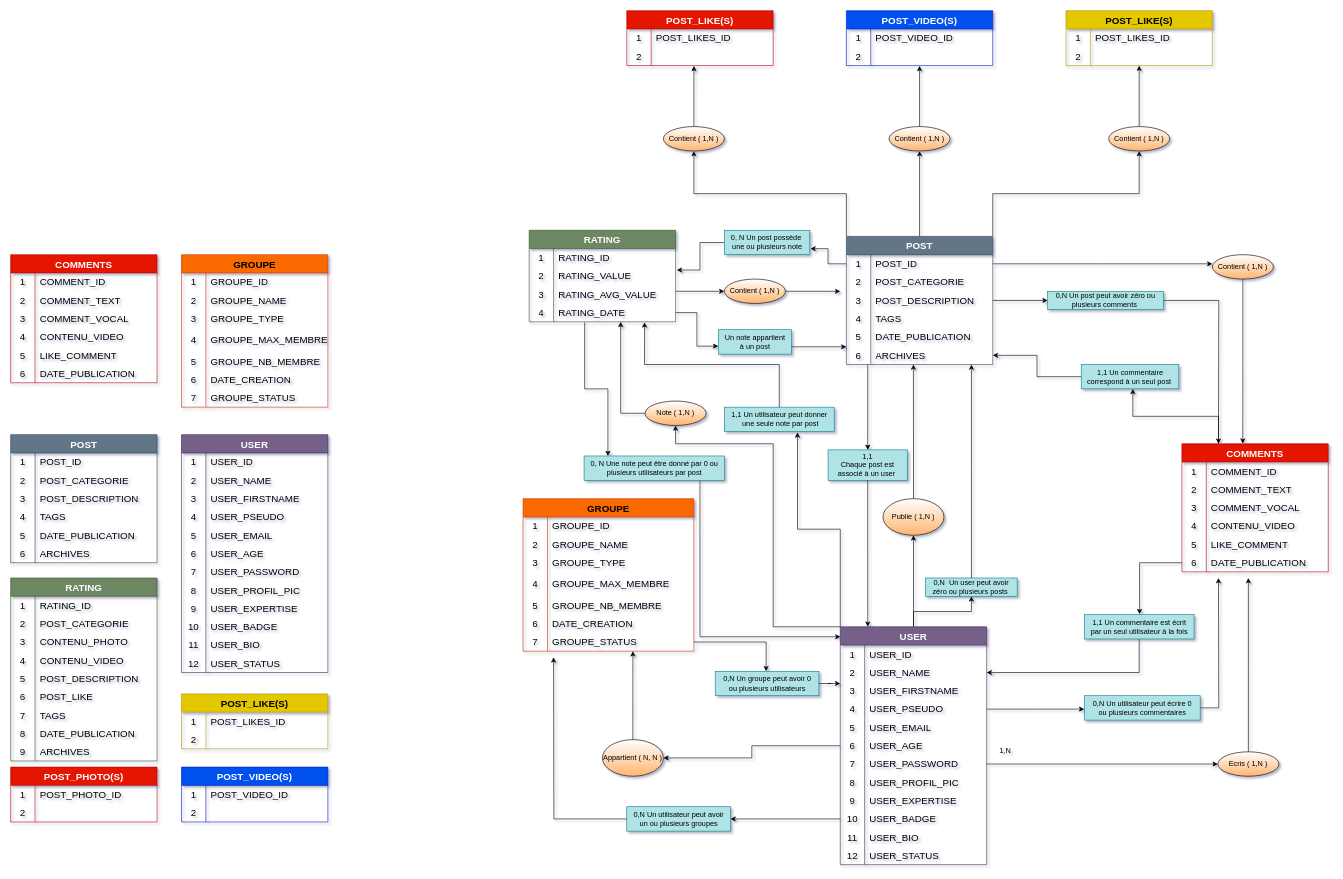
Above: programming/node/sneakersLab/Projet _SneakersLab_.drawio in Frantz-tech/current-training (draw.io), before the change. Source tidied: cells renumbered, new cells numbered last; positions are measured from the earlier drawing's top-left corner, leaving out a move shared by most shapes. Both pictures are drawn from the tidied source at 61%, with x=0, y=0 at pixel (10, 10).
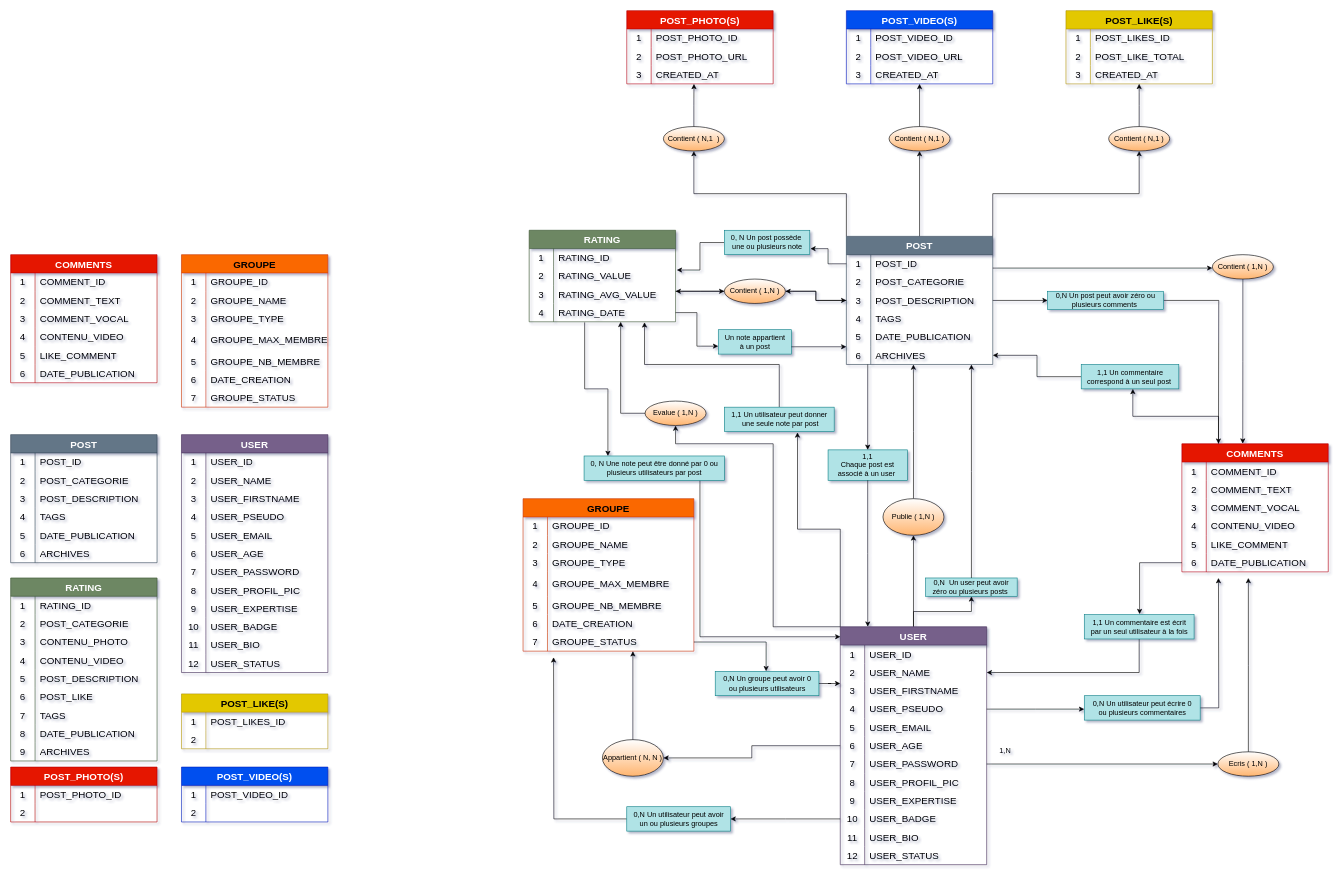
After the change.

Commit message (it also covers changes not shown here):
Mettre à jour Projet _SneakersLab_.drawio

Unchanged cells that the change refers to:
```xml
<mxCell id="125" style="shape=tableRow;horizontal=0;startSize=0;swimlaneHead=0;swimlaneBody=0;top=0;left=0;bottom=0;right=0;fillColor=none;points=[[0,0.5],[1,0.5]];portConstraint=eastwest;fontSize=16;labelBackgroundColor=none;" parent="124" vertex="1">
  <mxGeometry y="30" width="240" height="30" as="geometry" />
</mxCell>
<mxCell id="131" style="shape=tableRow;horizontal=0;startSize=0;swimlaneHead=0;swimlaneBody=0;top=0;left=0;bottom=0;right=0;fillColor=none;points=[[0,0.5],[1,0.5]];portConstraint=eastwest;fontSize=16;labelBackgroundColor=none;" parent="124" vertex="1">
  <mxGeometry y="90" width="240" height="30" as="geometry" />
</mxCell>
<mxCell id="259" value="Contient ( 1,N )" style="ellipse;whiteSpace=wrap;html=1;align=center;labelBackgroundColor=none;gradientColor=#FFB570;" parent="1" vertex="1">
  <mxGeometry x="1170" y="440" width="100" height="40" as="geometry" />
</mxCell>
<mxCell id="296" style="shape=tableRow;horizontal=0;startSize=0;swimlaneHead=0;swimlaneBody=0;top=0;left=0;bottom=0;right=0;fillColor=none;fontSize=16;labelBackgroundColor=none;" parent="295" vertex="1">
  <mxGeometry y="30" width="240" height="30" as="geometry" />
</mxCell>
<mxCell id="299" style="shape=tableRow;horizontal=0;startSize=0;swimlaneHead=0;swimlaneBody=0;top=0;left=0;bottom=0;right=0;fillColor=none;points=[[0,0.5],[1,0.5]];portConstraint=eastwest;fontSize=16;labelBackgroundColor=none;" parent="295" vertex="1">
  <mxGeometry y="60" width="240" height="30" as="geometry" />
</mxCell>
<mxCell id="306" style="shape=tableRow;horizontal=0;startSize=0;swimlaneHead=0;swimlaneBody=0;top=0;left=0;bottom=0;right=0;fillColor=none;points=[[0,0.5],[1,0.5]];portConstraint=eastwest;fontSize=16;labelBackgroundColor=none;" parent="302" vertex="1">
  <mxGeometry y="60" width="240" height="30" as="geometry" />
</mxCell>
<mxCell id="313" style="shape=tableRow;horizontal=0;startSize=0;swimlaneHead=0;swimlaneBody=0;top=0;left=0;bottom=0;right=0;fillColor=none;points=[[0,0.5],[1,0.5]];portConstraint=eastwest;fontSize=16;labelBackgroundColor=none;" parent="309" vertex="1">
  <mxGeometry y="60" width="240" height="30" as="geometry" />
</mxCell>
```

What changed in the source:
```diff
@@
-    <mxCell id="244" style="edgeStyle=orthogonalEdgeStyle;rounded=0;jettySize=auto;html=1;labelBackgroundColor=none;fontColor=default;" parent="1" edge="1" source="125">
+    <mxCell id="244" style="edgeStyle=orthogonalEdgeStyle;rounded=0;orthogonalLoop=1;jettySize=auto;html=1;labelBackgroundColor=none;fontColor=default;" parent="1" edge="1">
       <mxGeometry relative="1" as="geometry">
-        <mxPoint x="1970" y="415" as="targetPoint" />
+        <mxPoint x="1610" y="422" as="sourcePoint" />
+        <mxPoint x="1970" y="422" as="targetPoint" />
       </mxGeometry>
     </mxCell>
@@
-    <mxCell id="258" style="edgeStyle=orthogonalEdgeStyle;rounded=0;jettySize=auto;html=1;exitX=1;exitY=0.5;exitDx=0;exitDy=0;" parent="1" edge="1" source="259">
-      <mxGeometry relative="1" as="geometry">
-        <mxPoint x="1360" y="460.1" as="targetPoint" />
-      </mxGeometry>
-    </mxCell>
+    <mxCell id="343" style="edgeStyle=orthogonalEdgeStyle;rounded=0;jettySize=auto;html=1;" parent="1" edge="1" source="259">
+      <mxGeometry relative="1" as="geometry">
+        <mxPoint x="1090" y="460" as="targetPoint" />
+      </mxGeometry>
+    </mxCell>
+    <mxCell id="344" style="edgeStyle=orthogonalEdgeStyle;rounded=0;jettySize=auto;html=1;exitX=1;exitY=0.5;exitDx=0;exitDy=0;entryX=0;entryY=0.5;entryDx=0;entryDy=0;" parent="1" edge="1" source="259" target="131">
+      <mxGeometry relative="1" as="geometry" />
+    </mxCell>
@@
-    <mxCell id="271" value="Note ( 1,N )" style="ellipse;whiteSpace=wrap;html=1;align=center;labelBackgroundColor=none;gradientColor=#FFB570;" parent="1" vertex="1">
+    <mxCell id="271" value="Evalue ( 1,N )" style="ellipse;whiteSpace=wrap;html=1;align=center;labelBackgroundColor=none;gradientColor=#FFB570;" parent="1" vertex="1">
       <mxGeometry x="1040" y="640" width="100" height="40" as="geometry" />
     </mxCell>
@@
-    <mxCell id="295" value="POST_LIKE(S)" style="shape=table;startSize=30;childLayout=tableLayout;rowLines=0;fontStyle=1;fontSize=16;labelBackgroundColor=none;fillColor=#e51400;fontColor=#ffffff;strokeColor=#B20000;" parent="1" vertex="1">
-      <mxGeometry x="1010" width="240" height="90" as="geometry" />
+    <mxCell id="295" value="POST_PHOTO(S)" style="shape=table;startSize=30;childLayout=tableLayout;rowLines=0;fontStyle=1;fontSize=16;labelBackgroundColor=none;fillColor=#e51400;fontColor=#ffffff;strokeColor=#B20000;" parent="1" vertex="1">
+      <mxGeometry x="1010" width="240" height="120" as="geometry" />
     </mxCell>
@@
-    <mxCell id="298" value="POST_LIKES_ID" style="shape=partialRectangle;html=1;whiteSpace=wrap;fillColor=none;top=0;left=0;bottom=0;right=0;align=left;spacingLeft=6;overflow=hidden;fontSize=16;labelBackgroundColor=none;" parent="296" vertex="1">
+    <mxCell id="298" value="POST_PHOTO_ID" style="shape=partialRectangle;html=1;whiteSpace=wrap;fillColor=none;top=0;left=0;bottom=0;right=0;align=left;spacingLeft=6;overflow=hidden;fontSize=16;labelBackgroundColor=none;" parent="296" vertex="1">
       <mxGeometry x="40" width="200" height="30" as="geometry" />
     </mxCell>
@@
-    <mxCell id="301" style="shape=partialRectangle;html=1;whiteSpace=wrap;fillColor=none;top=0;left=0;bottom=0;right=0;align=left;spacingLeft=6;overflow=hidden;fontSize=16;labelBackgroundColor=none;" parent="299" vertex="1">
+    <mxCell id="301" value="POST_PHOTO_URL" style="shape=partialRectangle;html=1;whiteSpace=wrap;fillColor=none;top=0;left=0;bottom=0;right=0;align=left;spacingLeft=6;overflow=hidden;fontSize=16;labelBackgroundColor=none;" parent="299" vertex="1">
       <mxGeometry x="40" width="200" height="30" as="geometry" />
     </mxCell>
+    <mxCell id="345" style="shape=tableRow;horizontal=0;startSize=0;swimlaneHead=0;swimlaneBody=0;top=0;left=0;bottom=0;right=0;fillColor=none;points=[[0,0.5],[1,0.5]];portConstraint=eastwest;fontSize=16;labelBackgroundColor=none;" parent="295" vertex="1">
+      <mxGeometry y="90" width="240" height="30" as="geometry" />
+    </mxCell>
+    <mxCell id="346" value="3" style="shape=partialRectangle;html=1;whiteSpace=wrap;fillColor=none;top=0;left=0;bottom=0;right=0;overflow=hidden;fontSize=16;labelBackgroundColor=none;" parent="345" vertex="1">
+      <mxGeometry width="40" height="30" as="geometry" />
+    </mxCell>
+    <mxCell id="347" value="CREATED_AT" style="shape=partialRectangle;html=1;whiteSpace=wrap;fillColor=none;top=0;left=0;bottom=0;right=0;align=left;spacingLeft=6;overflow=hidden;fontSize=16;labelBackgroundColor=none;" parent="345" vertex="1">
+      <mxGeometry x="40" width="200" height="30" as="geometry" />
+    </mxCell>
     <mxCell id="302" value="POST_VIDEO(S)" style="shape=table;startSize=30;childLayout=tableLayout;rowLines=0;fontStyle=1;fontSize=16;labelBackgroundColor=none;fillColor=#0050ef;fontColor=#ffffff;strokeColor=#001DBC;" parent="1" vertex="1">
-      <mxGeometry x="1370" width="240" height="90" as="geometry" />
+      <mxGeometry x="1370" width="240" height="120" as="geometry" />
     </mxCell>
@@
-    <mxCell id="308" style="shape=partialRectangle;html=1;whiteSpace=wrap;fillColor=none;top=0;left=0;bottom=0;right=0;align=left;spacingLeft=6;overflow=hidden;fontSize=16;labelBackgroundColor=none;" parent="306" vertex="1">
+    <mxCell id="308" value="POST_VIDEO_URL" style="shape=partialRectangle;html=1;whiteSpace=wrap;fillColor=none;top=0;left=0;bottom=0;right=0;align=left;spacingLeft=6;overflow=hidden;fontSize=16;labelBackgroundColor=none;" parent="306" vertex="1">
       <mxGeometry x="40" width="200" height="30" as="geometry" />
     </mxCell>
+    <mxCell id="348" style="shape=tableRow;horizontal=0;startSize=0;swimlaneHead=0;swimlaneBody=0;top=0;left=0;bottom=0;right=0;fillColor=none;points=[[0,0.5],[1,0.5]];portConstraint=eastwest;fontSize=16;labelBackgroundColor=none;" parent="302" vertex="1">
+      <mxGeometry y="90" width="240" height="30" as="geometry" />
+    </mxCell>
+    <mxCell id="349" value="3" style="shape=partialRectangle;html=1;whiteSpace=wrap;fillColor=none;top=0;left=0;bottom=0;right=0;overflow=hidden;fontSize=16;labelBackgroundColor=none;" parent="348" vertex="1">
+      <mxGeometry width="40" height="30" as="geometry" />
+    </mxCell>
+    <mxCell id="350" value="CREATED_AT" style="shape=partialRectangle;html=1;whiteSpace=wrap;fillColor=none;top=0;left=0;bottom=0;right=0;align=left;spacingLeft=6;overflow=hidden;fontSize=16;labelBackgroundColor=none;" parent="348" vertex="1">
+      <mxGeometry x="40" width="200" height="30" as="geometry" />
+    </mxCell>
     <mxCell id="309" value="POST_LIKE(S)" style="shape=table;startSize=30;childLayout=tableLayout;rowLines=0;fontStyle=1;fontSize=16;labelBackgroundColor=none;fillColor=#e3c800;fontColor=#000000;strokeColor=#B09500;" parent="1" vertex="1">
-      <mxGeometry x="1730" width="240" height="90" as="geometry" />
+      <mxGeometry x="1730" width="240" height="120" as="geometry" />
     </mxCell>
@@
-    <mxCell id="315" style="shape=partialRectangle;html=1;whiteSpace=wrap;fillColor=none;top=0;left=0;bottom=0;right=0;align=left;spacingLeft=6;overflow=hidden;fontSize=16;labelBackgroundColor=none;" parent="313" vertex="1">
+    <mxCell id="315" value="POST_LIKE_TOTAL" style="shape=partialRectangle;html=1;whiteSpace=wrap;fillColor=none;top=0;left=0;bottom=0;right=0;align=left;spacingLeft=6;overflow=hidden;fontSize=16;labelBackgroundColor=none;" parent="313" vertex="1">
       <mxGeometry x="40" width="200" height="30" as="geometry" />
     </mxCell>
+    <mxCell id="351" style="shape=tableRow;horizontal=0;startSize=0;swimlaneHead=0;swimlaneBody=0;top=0;left=0;bottom=0;right=0;fillColor=none;fontSize=16;labelBackgroundColor=none;" parent="309" vertex="1">
+      <mxGeometry y="90" width="240" height="30" as="geometry" />
+    </mxCell>
+    <mxCell id="352" value="3" style="shape=partialRectangle;html=1;whiteSpace=wrap;fillColor=none;top=0;left=0;bottom=0;right=0;overflow=hidden;fontSize=16;labelBackgroundColor=none;" parent="351" vertex="1">
+      <mxGeometry width="40" height="30" as="geometry" />
+    </mxCell>
+    <mxCell id="353" value="CREATED_AT" style="shape=partialRectangle;html=1;whiteSpace=wrap;fillColor=none;top=0;left=0;bottom=0;right=0;align=left;spacingLeft=6;overflow=hidden;fontSize=16;labelBackgroundColor=none;" parent="351" vertex="1">
+      <mxGeometry x="40" width="200" height="30" as="geometry" />
+    </mxCell>
@@
-    <mxCell id="337" value="Contient ( 1,N )" style="ellipse;whiteSpace=wrap;html=1;align=center;labelBackgroundColor=none;gradientColor=#FFB570;" parent="1" vertex="1">
+    <mxCell id="337" value="Contient ( N,1&amp;nbsp; )" style="ellipse;whiteSpace=wrap;html=1;align=center;labelBackgroundColor=none;gradientColor=#FFB570;" parent="1" vertex="1">
       <mxGeometry x="1070" y="190" width="100" height="40" as="geometry" />
     </mxCell>
-    <mxCell id="338" value="Contient ( 1,N )" style="ellipse;whiteSpace=wrap;html=1;align=center;labelBackgroundColor=none;gradientColor=#FFB570;" parent="1" vertex="1">
+    <mxCell id="338" value="Contient ( N,1 )" style="ellipse;whiteSpace=wrap;html=1;align=center;labelBackgroundColor=none;gradientColor=#FFB570;" parent="1" vertex="1">
       <mxGeometry x="1440" y="190" width="100" height="40" as="geometry" />
     </mxCell>
-    <mxCell id="339" value="Contient ( 1,N )" style="ellipse;whiteSpace=wrap;html=1;align=center;labelBackgroundColor=none;gradientColor=#FFB570;" parent="1" vertex="1">
+    <mxCell id="339" value="Contient ( N,1 )" style="ellipse;whiteSpace=wrap;html=1;align=center;labelBackgroundColor=none;gradientColor=#FFB570;" parent="1" vertex="1">
       <mxGeometry x="1800" y="190" width="100" height="40" as="geometry" />
     </mxCell>
-    <mxCell id="340" style="edgeStyle=orthogonalEdgeStyle;rounded=0;jettySize=auto;html=1;exitX=0.5;exitY=0;exitDx=0;exitDy=0;entryX=0.5;entryY=1;entryDx=0;entryDy=0;entryPerimeter=0;" parent="1" edge="1" source="339" target="313">
-      <mxGeometry relative="1" as="geometry" />
-    </mxCell>
-    <mxCell id="341" style="edgeStyle=orthogonalEdgeStyle;rounded=0;jettySize=auto;html=1;exitX=0.5;exitY=0;exitDx=0;exitDy=0;entryX=0.5;entryY=1.017;entryDx=0;entryDy=0;entryPerimeter=0;" parent="1" edge="1" source="338" target="306">
-      <mxGeometry relative="1" as="geometry" />
-    </mxCell>
-    <mxCell id="342" style="edgeStyle=orthogonalEdgeStyle;rounded=0;jettySize=auto;html=1;exitX=0.5;exitY=0;exitDx=0;exitDy=0;entryX=0.459;entryY=1.019;entryDx=0;entryDy=0;entryPerimeter=0;" parent="1" edge="1" source="337" target="299">
-      <mxGeometry relative="1" as="geometry" />
-    </mxCell>
+    <mxCell id="354" style="edgeStyle=orthogonalEdgeStyle;rounded=0;jettySize=auto;html=1;entryX=1;entryY=0.5;entryDx=0;entryDy=0;" parent="1" edge="1" source="131" target="259">
+      <mxGeometry relative="1" as="geometry" />
+    </mxCell>
+    <mxCell id="355" style="edgeStyle=orthogonalEdgeStyle;rounded=0;jettySize=auto;html=1;exitX=0.5;exitY=0;exitDx=0;exitDy=0;entryX=0.5;entryY=0.996;entryDx=0;entryDy=0;entryPerimeter=0;" parent="1" edge="1" source="339">
+      <mxGeometry relative="1" as="geometry">
+        <mxPoint x="1850" y="119.9" as="targetPoint" />
+      </mxGeometry>
+    </mxCell>
+    <mxCell id="356" style="edgeStyle=orthogonalEdgeStyle;rounded=0;jettySize=auto;html=1;exitX=0.5;exitY=0;exitDx=0;exitDy=0;entryX=0.459;entryY=1;entryDx=0;entryDy=0;entryPerimeter=0;" parent="1" edge="1" source="337" target="345">
+      <mxGeometry relative="1" as="geometry" />
+    </mxCell>
+    <mxCell id="357" style="edgeStyle=orthogonalEdgeStyle;rounded=0;jettySize=auto;html=1;exitX=0.5;exitY=0;exitDx=0;exitDy=0;entryX=0.5;entryY=1;entryDx=0;entryDy=0;entryPerimeter=0;" parent="1" edge="1" source="338" target="348">
+      <mxGeometry relative="1" as="geometry" />
+    </mxCell>
```
